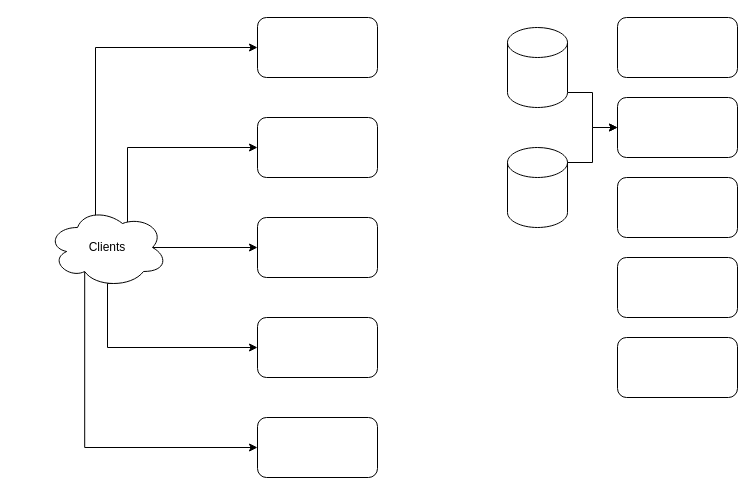
The draw.io diagram diseño de arquitectura.drawio in Josue-Echeverria/ProyectoDiseno, before the edit. Source tidied: cells renumbered, new cells numbered last; positions are measured from the earlier drawing's top-left corner, leaving out a move shared by most shapes. Both pictures are drawn from the tidied source at 100%, with x=0, y=0 at pixel (47, 17).
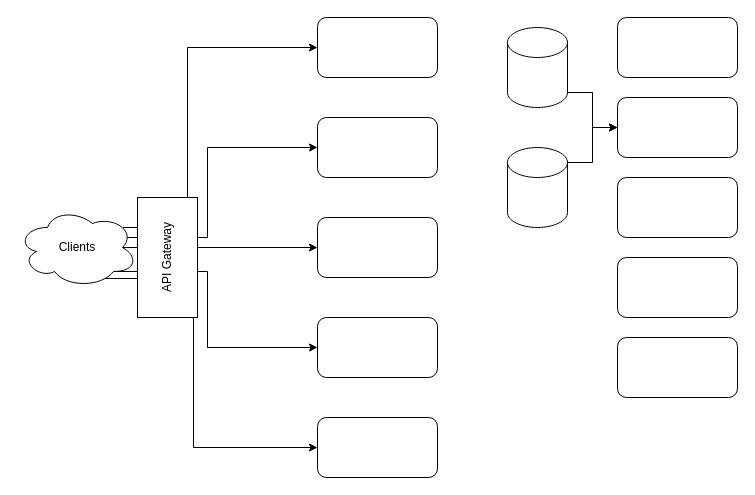
The same diagram, later.

Change to the diagram source:
```diff
@@
-    <mxCell id="2" style="edgeStyle=orthogonalEdgeStyle;rounded=0;jettySize=auto;html=1;exitX=0.4;exitY=0.1;exitDx=0;exitDy=0;exitPerimeter=0;entryX=0;entryY=0.5;entryDx=0;entryDy=0;" parent="1" edge="1" source="7" target="8">
+    <mxCell id="2" style="edgeStyle=orthogonalEdgeStyle;rounded=0;jettySize=auto;html=1;exitX=0.88;exitY=0.25;exitDx=0;exitDy=0;exitPerimeter=0;entryX=0;entryY=0.5;entryDx=0;entryDy=0;" parent="1" edge="1" source="7" target="8">
       <mxGeometry relative="1" as="geometry">
         <Array as="points">
-          <mxPoint x="48" y="30" />
+          <mxPoint x="140" y="210" />
+          <mxPoint x="140" y="30" />
         </Array>
       </mxGeometry>
     </mxCell>
     <mxCell id="3" style="edgeStyle=orthogonalEdgeStyle;rounded=0;jettySize=auto;html=1;exitX=0.625;exitY=0.2;exitDx=0;exitDy=0;exitPerimeter=0;entryX=0;entryY=0.5;entryDx=0;entryDy=0;" parent="1" edge="1" source="7" target="9">
       <mxGeometry relative="1" as="geometry">
         <Array as="points">
-          <mxPoint x="80" y="206" />
-          <mxPoint x="80" y="130" />
+          <mxPoint x="45" y="220" />
+          <mxPoint x="160" y="220" />
+          <mxPoint x="160" y="130" />
         </Array>
       </mxGeometry>
     </mxCell>
@@
-    <mxCell id="5" style="edgeStyle=orthogonalEdgeStyle;rounded=0;jettySize=auto;html=1;exitX=0.55;exitY=0.95;exitDx=0;exitDy=0;exitPerimeter=0;entryX=0;entryY=0.5;entryDx=0;entryDy=0;" parent="1" edge="1" source="7" target="11">
+    <mxCell id="5" style="edgeStyle=orthogonalEdgeStyle;rounded=0;jettySize=auto;html=1;exitX=0.8;exitY=0.8;exitDx=0;exitDy=0;exitPerimeter=0;entryX=0;entryY=0.5;entryDx=0;entryDy=0;" parent="1" edge="1" source="7" target="11">
       <mxGeometry relative="1" as="geometry">
         <Array as="points">
-          <mxPoint x="60" y="266" />
-          <mxPoint x="60" y="330" />
+          <mxPoint x="160" y="254" />
+          <mxPoint x="160" y="330" />
         </Array>
       </mxGeometry>
     </mxCell>
-    <mxCell id="6" style="edgeStyle=orthogonalEdgeStyle;rounded=0;jettySize=auto;html=1;exitX=0.31;exitY=0.8;exitDx=0;exitDy=0;exitPerimeter=0;entryX=0;entryY=0.5;entryDx=0;entryDy=0;" parent="1" edge="1" source="7" target="12">
-      <mxGeometry relative="1" as="geometry">
-        <Array as="points">
-          <mxPoint x="37" y="430" />
-        </Array>
-      </mxGeometry>
-    </mxCell>
+    <mxCell id="22" style="edgeStyle=orthogonalEdgeStyle;rounded=0;jettySize=auto;html=1;exitX=0.8;exitY=0.8;exitDx=0;exitDy=0;exitPerimeter=0;entryX=0;entryY=0.5;entryDx=0;entryDy=0;" parent="1" edge="1" target="12">
+      <mxGeometry relative="1" as="geometry">
+        <mxPoint x="20" y="260" as="sourcePoint" />
+        <Array as="points">
+          <mxPoint x="20" y="261" />
+          <mxPoint x="146" y="261" />
+          <mxPoint x="146" y="430" />
+        </Array>
+      </mxGeometry>
+    </mxCell>
     <mxCell id="7" value="Clients" style="ellipse;shape=cloud;whiteSpace=wrap;html=1;" parent="1" vertex="1">
-      <mxGeometry y="190" width="120" height="80" as="geometry" />
+      <mxGeometry x="-30" y="190" width="120" height="80" as="geometry" />
     </mxCell>
     <mxCell id="8" style="rounded=1;whiteSpace=wrap;html=1;" parent="1" vertex="1">
-      <mxGeometry x="210" width="120" height="60" as="geometry" />
+      <mxGeometry x="270" width="120" height="60" as="geometry" />
     </mxCell>
     <mxCell id="9" style="rounded=1;whiteSpace=wrap;html=1;" parent="1" vertex="1">
-      <mxGeometry x="210" y="100" width="120" height="60" as="geometry" />
+      <mxGeometry x="270" y="100" width="120" height="60" as="geometry" />
     </mxCell>
     <mxCell id="10" style="rounded=1;whiteSpace=wrap;html=1;" parent="1" vertex="1">
-      <mxGeometry x="210" y="200" width="120" height="60" as="geometry" />
+      <mxGeometry x="270" y="200" width="120" height="60" as="geometry" />
     </mxCell>
     <mxCell id="11" style="rounded=1;whiteSpace=wrap;html=1;" parent="1" vertex="1">
-      <mxGeometry x="210" y="300" width="120" height="60" as="geometry" />
+      <mxGeometry x="270" y="300" width="120" height="60" as="geometry" />
     </mxCell>
     <mxCell id="12" style="rounded=1;whiteSpace=wrap;html=1;" parent="1" vertex="1">
-      <mxGeometry x="210" y="400" width="120" height="60" as="geometry" />
+      <mxGeometry x="270" y="400" width="120" height="60" as="geometry" />
     </mxCell>
@@
+    <mxCell id="23" value="API Gateway" style="rounded=0;whiteSpace=wrap;html=1;rotation=-90;" parent="1" vertex="1">
+      <mxGeometry x="60" y="210" width="120" height="60" as="geometry" />
+    </mxCell>
```
